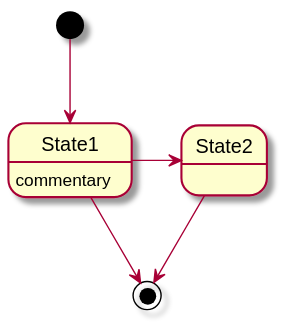
This is USantaTecla/tech-plantuml/images/Ejemplo86.svg from USantaTecla-0-general/3-publicaciones, a PlantUML export, as it was before one commit.
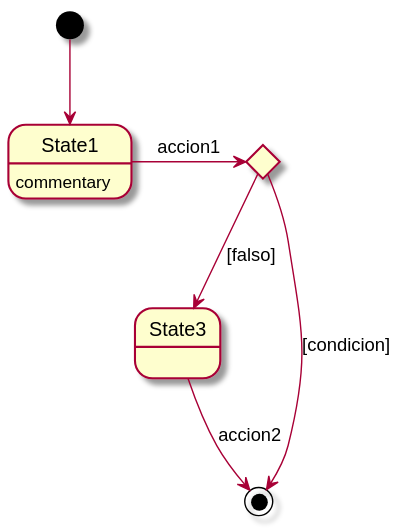
After the change.

The edit, as a diff of the source:
```diff
@@ -1,7 +1,12 @@
 @startuml
+state State1
 State1 : commentary
+state State2 <<choice>>
+state State3
+
 [*] --> State1
-State1 --> [*]
-State1 -> State2
-State2 --> [*]
+State1 -> State2 : accion1
+State2 --> [*] : [condicion]
+State2 --> State3 : [falso]
+State3 --> [*] : accion2
 @enduml
```
